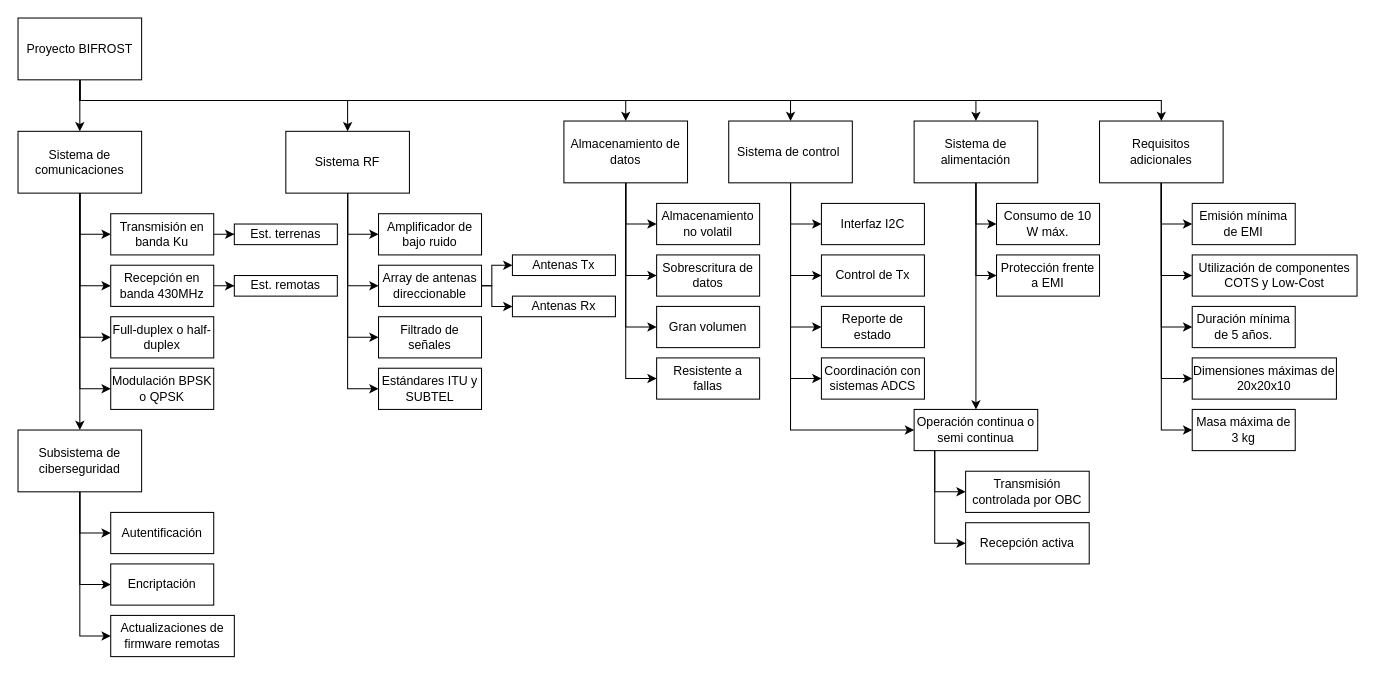
Above: BIFROST_TLD.drawio in Nayco-u/practica_dts (draw.io), before the change. Source tidied: cells renumbered, new cells numbered last; positions are measured from the earlier drawing's top-left corner, leaving out a move shared by most shapes. Both pictures are drawn from the tidied source at 103%, with x=0, y=0 at pixel (18, 18).
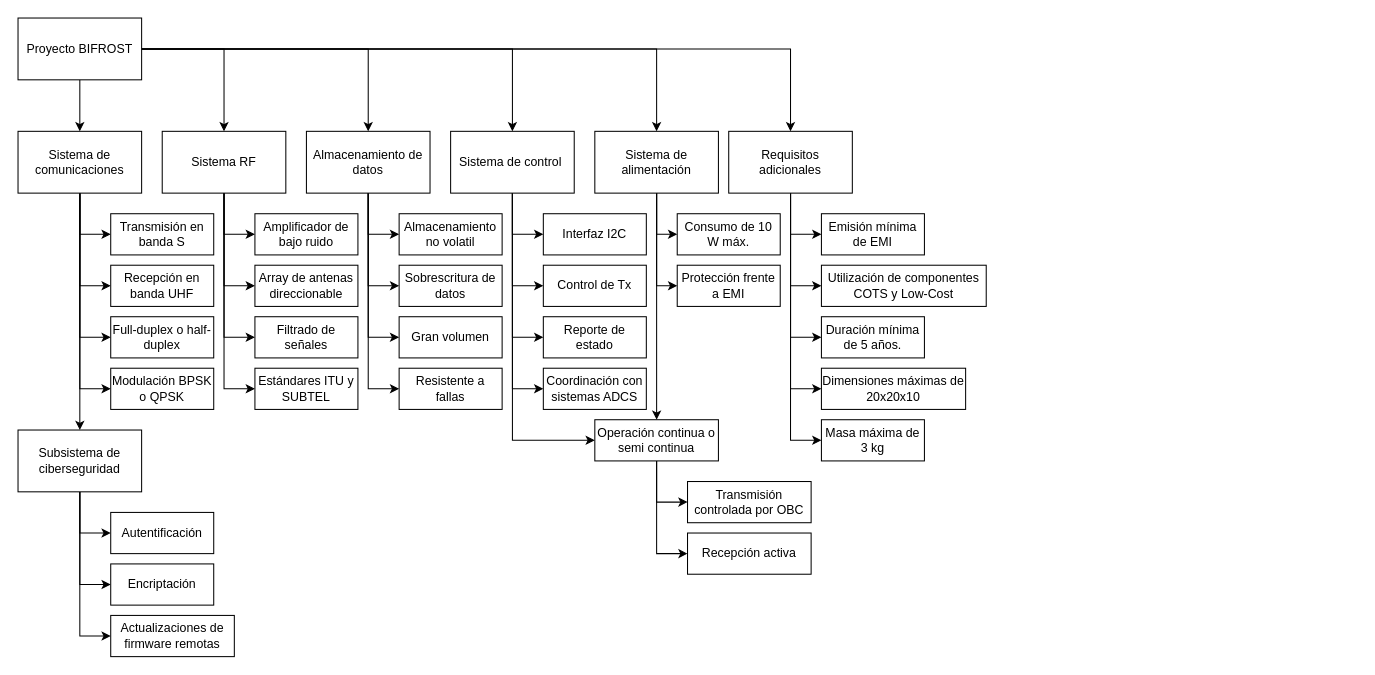
After the change.

Unchanged cells that the change refers to:
```xml
<mxCell id="8" value="Proyecto BIFROST" style="rounded=0;whiteSpace=wrap;html=1;" parent="1" vertex="1">
  <mxGeometry width="120" height="60" as="geometry" />
</mxCell>
```

Change to the diagram source:
```diff
@@
     <mxCell id="3" style="edgeStyle=orthogonalEdgeStyle;rounded=0;jettySize=auto;html=1;entryX=0.5;entryY=0;entryDx=0;entryDy=0;" parent="1" edge="1" source="8" target="44">
-      <mxGeometry relative="1" as="geometry">
-        <Array as="points">
-          <mxPoint x="60" y="80" />
-          <mxPoint x="320" y="80" />
-        </Array>
-      </mxGeometry>
+      <mxGeometry relative="1" as="geometry" />
     </mxCell>
     <mxCell id="4" style="edgeStyle=orthogonalEdgeStyle;rounded=0;jettySize=auto;html=1;entryX=0.5;entryY=0;entryDx=0;entryDy=0;" parent="1" edge="1" source="8" target="13">
-      <mxGeometry relative="1" as="geometry">
-        <Array as="points">
-          <mxPoint x="60" y="80" />
-          <mxPoint x="590" y="80" />
-        </Array>
-      </mxGeometry>
+      <mxGeometry relative="1" as="geometry" />
     </mxCell>
     <mxCell id="5" style="edgeStyle=orthogonalEdgeStyle;rounded=0;jettySize=auto;html=1;entryX=0.5;entryY=0;entryDx=0;entryDy=0;" parent="1" edge="1" source="8" target="19">
-      <mxGeometry relative="1" as="geometry">
-        <Array as="points">
-          <mxPoint x="60" y="80" />
-          <mxPoint x="750" y="80" />
-        </Array>
-      </mxGeometry>
+      <mxGeometry relative="1" as="geometry" />
     </mxCell>
     <mxCell id="6" style="edgeStyle=orthogonalEdgeStyle;rounded=0;jettySize=auto;html=1;entryX=0.5;entryY=0;entryDx=0;entryDy=0;" parent="1" edge="1" source="8" target="57">
-      <mxGeometry relative="1" as="geometry">
-        <Array as="points">
-          <mxPoint x="60" y="80" />
-          <mxPoint x="930" y="80" />
-        </Array>
-      </mxGeometry>
+      <mxGeometry relative="1" as="geometry" />
     </mxCell>
-    <mxCell id="7" style="edgeStyle=orthogonalEdgeStyle;rounded=0;jettySize=auto;html=1;entryX=0.5;entryY=0;entryDx=0;entryDy=0;" parent="1" edge="1" source="8" target="78">
-      <mxGeometry relative="1" as="geometry">
-        <Array as="points">
-          <mxPoint x="60" y="80" />
-          <mxPoint x="1110" y="80" />
-        </Array>
-      </mxGeometry>
+    <mxCell id="7" style="edgeStyle=orthogonalEdgeStyle;rounded=0;jettySize=auto;html=1;" parent="1" edge="1" source="8" target="78">
+      <mxGeometry relative="1" as="geometry" />
     </mxCell>
@@
     <mxCell id="13" value="Almacenamiento de datos" style="rounded=0;whiteSpace=wrap;html=1;" parent="1" vertex="1">
-      <mxGeometry x="530" y="100" width="120" height="60" as="geometry" />
+      <mxGeometry x="280" y="110" width="120" height="60" as="geometry" />
     </mxCell>
@@
     <mxCell id="18" style="edgeStyle=orthogonalEdgeStyle;rounded=0;jettySize=auto;html=1;entryX=0;entryY=0.5;entryDx=0;entryDy=0;" parent="1" edge="1" source="19" target="62">
       <mxGeometry relative="1" as="geometry">
         <Array as="points">
-          <mxPoint x="750" y="400" />
+          <mxPoint x="480" y="410" />
         </Array>
       </mxGeometry>
     </mxCell>
     <mxCell id="19" value="Sistema de control&amp;nbsp;" style="rounded=0;whiteSpace=wrap;html=1;" parent="1" vertex="1">
-      <mxGeometry x="690" y="100" width="120" height="60" as="geometry" />
+      <mxGeometry x="420" y="110" width="120" height="60" as="geometry" />
     </mxCell>
     <mxCell id="20" value="Almacenamiento no volatil" style="whiteSpace=wrap;html=1;rounded=0;" parent="1" vertex="1">
-      <mxGeometry x="620" y="180" width="100" height="40" as="geometry" />
+      <mxGeometry x="370" y="190" width="100" height="40" as="geometry" />
     </mxCell>
     <mxCell id="21" value="Sobrescritura de datos" style="whiteSpace=wrap;html=1;rounded=0;" parent="1" vertex="1">
-      <mxGeometry x="620" y="230" width="100" height="40" as="geometry" />
+      <mxGeometry x="370" y="240" width="100" height="40" as="geometry" />
     </mxCell>
     <mxCell id="22" value="Gran volumen" style="whiteSpace=wrap;html=1;rounded=0;" parent="1" vertex="1">
-      <mxGeometry x="620" y="280" width="100" height="40" as="geometry" />
+      <mxGeometry x="370" y="290" width="100" height="40" as="geometry" />
     </mxCell>
     <mxCell id="23" value="Interfaz I2C" style="rounded=0;whiteSpace=wrap;html=1;" parent="1" vertex="1">
-      <mxGeometry x="780" y="180" width="100" height="40" as="geometry" />
+      <mxGeometry x="510" y="190" width="100" height="40" as="geometry" />
     </mxCell>
     <mxCell id="24" value="Control de Tx" style="rounded=0;whiteSpace=wrap;html=1;" parent="1" vertex="1">
-      <mxGeometry x="780" y="230" width="100" height="40" as="geometry" />
+      <mxGeometry x="510" y="240" width="100" height="40" as="geometry" />
     </mxCell>
     <mxCell id="25" value="Reporte de estado" style="rounded=0;whiteSpace=wrap;html=1;" parent="1" vertex="1">
-      <mxGeometry x="780" y="280" width="100" height="40" as="geometry" />
+      <mxGeometry x="510" y="290" width="100" height="40" as="geometry" />
     </mxCell>
@@
-    <mxCell id="32" style="edgeStyle=orthogonalEdgeStyle;rounded=0;jettySize=auto;html=1;" parent="1" edge="1" source="33" target="37">
-      <mxGeometry relative="1" as="geometry" />
-    </mxCell>
-    <mxCell id="33" value="Transmisión en banda Ku" style="whiteSpace=wrap;html=1;rounded=0;" parent="1" vertex="1">
+    <mxCell id="33" value="Transmisión en banda S" style="whiteSpace=wrap;html=1;rounded=0;" parent="1" vertex="1">
       <mxGeometry x="90" y="190" width="100" height="40" as="geometry" />
     </mxCell>
-    <mxCell id="34" style="edgeStyle=orthogonalEdgeStyle;rounded=0;jettySize=auto;html=1;" parent="1" edge="1" source="35" target="36">
-      <mxGeometry relative="1" as="geometry" />
-    </mxCell>
-    <mxCell id="35" value="Recepción en banda 430MHz" style="whiteSpace=wrap;html=1;rounded=0;" parent="1" vertex="1">
+    <mxCell id="35" value="Recepción en banda UHF" style="whiteSpace=wrap;html=1;rounded=0;" parent="1" vertex="1">
       <mxGeometry x="90" y="240" width="100" height="40" as="geometry" />
     </mxCell>
-    <mxCell id="36" value="Est. remotas" style="whiteSpace=wrap;html=1;rounded=0;" parent="1" vertex="1">
-      <mxGeometry x="210" y="250" width="100" height="20" as="geometry" />
-    </mxCell>
-    <mxCell id="37" value="Est. terrenas" style="whiteSpace=wrap;html=1;rounded=0;" parent="1" vertex="1">
-      <mxGeometry x="210" y="200" width="100" height="20" as="geometry" />
-    </mxCell>
@@
     <mxCell id="44" value="Sistema RF" style="rounded=0;whiteSpace=wrap;html=1;" parent="1" vertex="1">
-      <mxGeometry x="260" y="110" width="120" height="60" as="geometry" />
+      <mxGeometry x="140" y="110" width="120" height="60" as="geometry" />
     </mxCell>
     <mxCell id="45" value="Amplificador de bajo ruido" style="whiteSpace=wrap;html=1;rounded=0;" parent="1" vertex="1">
-      <mxGeometry x="350" y="190" width="100" height="40" as="geometry" />
+      <mxGeometry x="230" y="190" width="100" height="40" as="geometry" />
     </mxCell>
-    <mxCell id="46" style="edgeStyle=orthogonalEdgeStyle;rounded=0;jettySize=auto;html=1;entryX=0;entryY=0.5;entryDx=0;entryDy=0;" parent="1" edge="1" source="48" target="49">
-      <mxGeometry relative="1" as="geometry">
-        <Array as="points">
-          <mxPoint x="460" y="260" />
-          <mxPoint x="460" y="240" />
-        </Array>
-      </mxGeometry>
-    </mxCell>
-    <mxCell id="47" style="edgeStyle=orthogonalEdgeStyle;rounded=0;jettySize=auto;html=1;" parent="1" edge="1" source="48" target="50">
-      <mxGeometry relative="1" as="geometry">
-        <Array as="points">
-          <mxPoint x="460" y="260" />
-          <mxPoint x="460" y="280" />
-        </Array>
-      </mxGeometry>
-    </mxCell>
     <mxCell id="48" value="Array de antenas direccionable" style="whiteSpace=wrap;html=1;rounded=0;" parent="1" vertex="1">
-      <mxGeometry x="350" y="240" width="100" height="40" as="geometry" />
+      <mxGeometry x="230" y="240" width="100" height="40" as="geometry" />
     </mxCell>
-    <mxCell id="49" value="Antenas Tx" style="whiteSpace=wrap;html=1;rounded=0;" parent="1" vertex="1">
-      <mxGeometry x="480" y="230" width="100" height="20" as="geometry" />
-    </mxCell>
-    <mxCell id="50" value="Antenas Rx" style="whiteSpace=wrap;html=1;rounded=0;" parent="1" vertex="1">
-      <mxGeometry x="480" y="270" width="100" height="20" as="geometry" />
-    </mxCell>
     <mxCell id="51" value="Estándares ITU y SUBTEL" style="whiteSpace=wrap;html=1;rounded=0;" parent="1" vertex="1">
-      <mxGeometry x="350" y="340" width="100" height="40" as="geometry" />
+      <mxGeometry x="230" y="340" width="100" height="40" as="geometry" />
     </mxCell>
     <mxCell id="52" value="Resistente a fallas" style="whiteSpace=wrap;html=1;rounded=0;" parent="1" vertex="1">
-      <mxGeometry x="620" y="330" width="100" height="40" as="geometry" />
+      <mxGeometry x="370" y="340" width="100" height="40" as="geometry" />
     </mxCell>
     <mxCell id="53" value="Coordinación con sistemas ADCS" style="rounded=0;whiteSpace=wrap;html=1;" parent="1" vertex="1">
-      <mxGeometry x="780" y="330" width="100" height="40" as="geometry" />
+      <mxGeometry x="510" y="340" width="100" height="40" as="geometry" />
     </mxCell>
@@
     <mxCell id="55" style="edgeStyle=orthogonalEdgeStyle;rounded=0;jettySize=auto;html=1;entryX=0;entryY=0.5;entryDx=0;entryDy=0;" parent="1" edge="1" source="57" target="59">
       <mxGeometry relative="1" as="geometry">
         <Array as="points">
-          <mxPoint x="930" y="250" />
+          <mxPoint x="620" y="260" />
         </Array>
       </mxGeometry>
     </mxCell>
@@
     <mxCell id="57" value="Sistema de alimentación" style="rounded=0;whiteSpace=wrap;html=1;" parent="1" vertex="1">
-      <mxGeometry x="870" y="100" width="120" height="60" as="geometry" />
+      <mxGeometry x="560" y="110" width="120" height="60" as="geometry" />
     </mxCell>
     <mxCell id="58" value="Consumo de 10 W máx." style="rounded=0;whiteSpace=wrap;html=1;" parent="1" vertex="1">
-      <mxGeometry x="950" y="180" width="100" height="40" as="geometry" />
+      <mxGeometry x="640" y="190" width="100" height="40" as="geometry" />
     </mxCell>
     <mxCell id="59" value="Protección frente a EMI" style="rounded=0;whiteSpace=wrap;html=1;" parent="1" vertex="1">
-      <mxGeometry x="950" y="230" width="100" height="40" as="geometry" />
+      <mxGeometry x="640" y="240" width="100" height="40" as="geometry" />
     </mxCell>
     <mxCell id="60" style="edgeStyle=orthogonalEdgeStyle;rounded=0;jettySize=auto;html=1;entryX=0;entryY=0.5;entryDx=0;entryDy=0;" parent="1" edge="1" source="62" target="64">
       <mxGeometry relative="1" as="geometry">
         <Array as="points">
-          <mxPoint x="890" y="510" />
+          <mxPoint x="620" y="520" />
         </Array>
       </mxGeometry>
     </mxCell>
     <mxCell id="61" style="edgeStyle=orthogonalEdgeStyle;rounded=0;jettySize=auto;html=1;entryX=0;entryY=0.5;entryDx=0;entryDy=0;" parent="1" edge="1" source="62" target="63">
       <mxGeometry relative="1" as="geometry">
         <Array as="points">
-          <mxPoint x="890" y="460" />
+          <mxPoint x="620" y="470" />
         </Array>
       </mxGeometry>
     </mxCell>
     <mxCell id="62" value="Operación continua o semi continua" style="rounded=0;whiteSpace=wrap;html=1;" parent="1" vertex="1">
-      <mxGeometry x="870" y="380" width="120" height="40" as="geometry" />
+      <mxGeometry x="560" y="390" width="120" height="40" as="geometry" />
     </mxCell>
     <mxCell id="63" value="Transmisión controlada por OBC" style="whiteSpace=wrap;html=1;rounded=0;" parent="1" vertex="1">
-      <mxGeometry x="920" y="440" width="120" height="40" as="geometry" />
+      <mxGeometry x="650" y="450" width="120" height="40" as="geometry" />
     </mxCell>
     <mxCell id="64" value="Recepción activa" style="whiteSpace=wrap;html=1;rounded=0;" parent="1" vertex="1">
-      <mxGeometry x="920" y="490" width="120" height="40" as="geometry" />
+      <mxGeometry x="650" y="500" width="120" height="40" as="geometry" />
     </mxCell>
     <mxCell id="65" value="Filtrado de señales" style="whiteSpace=wrap;html=1;rounded=0;" parent="1" vertex="1">
-      <mxGeometry x="350" y="290" width="100" height="40" as="geometry" />
+      <mxGeometry x="230" y="290" width="100" height="40" as="geometry" />
     </mxCell>
@@
     <mxCell id="78" value="Requisitos adicionales" style="rounded=0;whiteSpace=wrap;html=1;" parent="1" vertex="1">
-      <mxGeometry x="1050" y="100" width="120" height="60" as="geometry" />
+      <mxGeometry x="690" y="110" width="120" height="60" as="geometry" />
     </mxCell>
     <mxCell id="79" value="Emisión mínima de EMI" style="rounded=0;whiteSpace=wrap;html=1;" parent="1" vertex="1">
-      <mxGeometry x="1140" y="180" width="100" height="40" as="geometry" />
+      <mxGeometry x="780" y="190" width="100" height="40" as="geometry" />
     </mxCell>
     <mxCell id="80" value="Utilización de componentes COTS y Low-Cost" style="rounded=0;whiteSpace=wrap;html=1;" parent="1" vertex="1">
-      <mxGeometry x="1140" y="230" width="160" height="40" as="geometry" />
+      <mxGeometry x="780" y="240" width="160" height="40" as="geometry" />
     </mxCell>
     <mxCell id="81" value="Duración mínima de 5 años." style="rounded=0;whiteSpace=wrap;html=1;" parent="1" vertex="1">
-      <mxGeometry x="1140" y="280" width="100" height="40" as="geometry" />
+      <mxGeometry x="780" y="290" width="100" height="40" as="geometry" />
     </mxCell>
     <mxCell id="82" value="Dimensiones máximas de 20x20x10" style="rounded=0;whiteSpace=wrap;html=1;" parent="1" vertex="1">
-      <mxGeometry x="1140" y="330" width="140" height="40" as="geometry" />
+      <mxGeometry x="780" y="340" width="140" height="40" as="geometry" />
     </mxCell>
     <mxCell id="83" value="Masa máxima de 3 kg" style="rounded=0;whiteSpace=wrap;html=1;" parent="1" vertex="1">
-      <mxGeometry x="1140" y="380" width="100" height="40" as="geometry" />
+      <mxGeometry x="780" y="390" width="100" height="40" as="geometry" />
     </mxCell>
```
